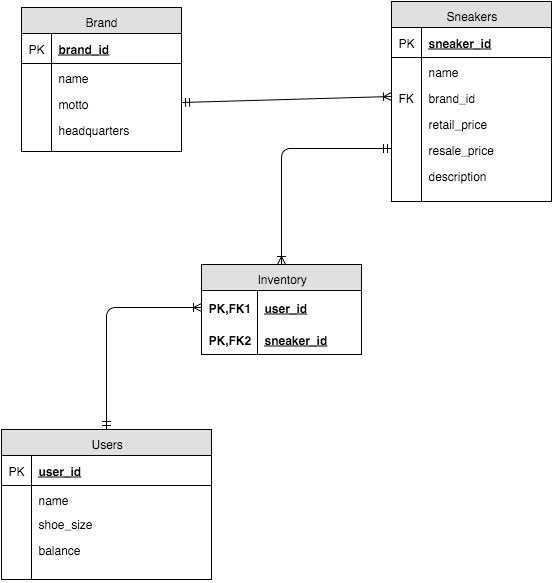
Earlier version of the draw.io export images/erd.png (penguyen1/happyFeet). Source tidied: cells renumbered, new cells last; positions are measured from the earlier drawing's top-left corner, leaving out a move shared by most shapes. The source it was exported from:
```xml
<mxGraphModel background="#ffffff">
  <root>
    <mxCell id="0" />
    <mxCell id="1" parent="0" />
    <mxCell id="2" value="Users" style="swimlane;html=1;fontStyle=0;horizontal=1;startSize=26;fillColor=#e0e0e0;swimlaneFillColor=#ffffff;" parent="1" vertex="1">
      <mxGeometry y="428" width="210" height="150" as="geometry" />
    </mxCell>
    <mxCell id="3" value="user_id" style="shape=partialRectangle;top=0;left=0;right=0;bottom=1;html=1;align=left;verticalAlign=middle;fillColor=none;spacingLeft=34;spacingRight=4;whiteSpace=wrap;overflow=hidden;fontStyle=5;" parent="2" vertex="1">
      <mxGeometry y="26" width="210" height="30" as="geometry" />
    </mxCell>
    <mxCell id="4" value="PK" style="shape=partialRectangle;top=0;left=0;bottom=0;html=1;fillColor=none;align=left;verticalAlign=middle;spacingLeft=4;spacingRight=4;whiteSpace=wrap;overflow=hidden;" parent="3" vertex="1">
      <mxGeometry width="30" height="30" as="geometry" />
    </mxCell>
    <mxCell id="5" value="name" style="shape=partialRectangle;top=0;left=0;right=0;bottom=0;html=1;align=left;verticalAlign=top;fillColor=none;spacingLeft=34;spacingRight=4;whiteSpace=wrap;overflow=hidden;" parent="2" vertex="1">
      <mxGeometry y="56" width="210" height="24" as="geometry" />
    </mxCell>
    <mxCell id="6" style="shape=partialRectangle;top=0;left=0;bottom=0;html=1;fillColor=none;align=left;verticalAlign=top;spacingLeft=4;spacingRight=4;whiteSpace=wrap;overflow=hidden;" parent="5" vertex="1">
      <mxGeometry width="30" height="24" as="geometry" />
    </mxCell>
    <mxCell id="7" value="shoe_size" style="shape=partialRectangle;top=0;left=0;right=0;bottom=0;html=1;align=left;verticalAlign=top;fillColor=none;spacingLeft=34;spacingRight=4;whiteSpace=wrap;overflow=hidden;" parent="2" vertex="1">
      <mxGeometry y="80" width="210" height="26" as="geometry" />
    </mxCell>
    <mxCell id="8" style="shape=partialRectangle;top=0;left=0;bottom=0;html=1;fillColor=none;align=left;verticalAlign=top;spacingLeft=4;spacingRight=4;whiteSpace=wrap;overflow=hidden;" parent="7" vertex="1">
      <mxGeometry width="30" height="26" as="geometry" />
    </mxCell>
    <mxCell id="9" value="balance" style="shape=partialRectangle;top=0;left=0;right=0;bottom=0;html=1;align=left;verticalAlign=top;fillColor=none;spacingLeft=34;spacingRight=4;whiteSpace=wrap;overflow=hidden;" parent="2" vertex="1">
      <mxGeometry y="106" width="210" height="44" as="geometry" />
    </mxCell>
    <mxCell id="10" style="shape=partialRectangle;top=0;left=0;bottom=0;html=1;fillColor=none;align=left;verticalAlign=top;spacingLeft=4;spacingRight=4;whiteSpace=wrap;overflow=hidden;" parent="9" vertex="1">
      <mxGeometry width="30" height="44" as="geometry" />
    </mxCell>
    <mxCell id="11" value="Brand" style="swimlane;html=1;fontStyle=0;horizontal=1;startSize=26;fillColor=#e0e0e0;swimlaneFillColor=#ffffff;" parent="1" vertex="1">
      <mxGeometry x="20" y="6" width="160" height="144" as="geometry" />
    </mxCell>
    <mxCell id="12" value="brand_id" style="shape=partialRectangle;top=0;left=0;right=0;bottom=1;html=1;align=left;verticalAlign=middle;fillColor=none;spacingLeft=34;spacingRight=4;whiteSpace=wrap;overflow=hidden;fontStyle=5;" parent="11" vertex="1">
      <mxGeometry y="26" width="160" height="30" as="geometry" />
    </mxCell>
    <mxCell id="13" value="PK" style="shape=partialRectangle;top=0;left=0;bottom=0;html=1;fillColor=none;align=left;verticalAlign=middle;spacingLeft=4;spacingRight=4;whiteSpace=wrap;overflow=hidden;" parent="12" vertex="1">
      <mxGeometry width="30" height="30" as="geometry" />
    </mxCell>
    <mxCell id="14" value="name" style="shape=partialRectangle;top=0;left=0;right=0;bottom=0;html=1;align=left;verticalAlign=top;fillColor=none;spacingLeft=34;spacingRight=4;whiteSpace=wrap;overflow=hidden;" parent="11" vertex="1">
      <mxGeometry y="56" width="160" height="26" as="geometry" />
    </mxCell>
    <mxCell id="15" style="shape=partialRectangle;top=0;left=0;bottom=0;html=1;fillColor=none;align=left;verticalAlign=top;spacingLeft=4;spacingRight=4;whiteSpace=wrap;overflow=hidden;" parent="14" vertex="1">
      <mxGeometry width="30" height="26" as="geometry" />
    </mxCell>
    <mxCell id="16" value="motto" style="shape=partialRectangle;top=0;left=0;right=0;bottom=0;html=1;align=left;verticalAlign=top;fillColor=none;spacingLeft=34;spacingRight=4;whiteSpace=wrap;overflow=hidden;points=[[0,0.5],[1,0.5]];portConstraint=eastwest;" parent="11" vertex="1">
      <mxGeometry y="82" width="160" height="26" as="geometry" />
    </mxCell>
    <mxCell id="17" style="shape=partialRectangle;top=0;left=0;bottom=0;html=1;fillColor=none;align=left;verticalAlign=top;spacingLeft=4;spacingRight=4;whiteSpace=wrap;overflow=hidden;" parent="16" vertex="1">
      <mxGeometry width="30" height="26" as="geometry" />
    </mxCell>
    <mxCell id="18" value="headquarters" style="shape=partialRectangle;top=0;left=0;right=0;bottom=0;html=1;align=left;verticalAlign=top;fillColor=none;spacingLeft=34;spacingRight=4;whiteSpace=wrap;overflow=hidden;" parent="11" vertex="1">
      <mxGeometry y="108" width="160" height="26" as="geometry" />
    </mxCell>
    <mxCell id="19" style="shape=partialRectangle;top=0;left=0;bottom=0;html=1;fillColor=none;align=left;verticalAlign=top;spacingLeft=4;spacingRight=4;whiteSpace=wrap;overflow=hidden;" parent="18" vertex="1">
      <mxGeometry width="30" height="26" as="geometry" />
    </mxCell>
    <mxCell id="20" style="shape=partialRectangle;top=0;left=0;right=0;bottom=0;html=1;align=left;verticalAlign=top;fillColor=none;spacingLeft=34;spacingRight=4;whiteSpace=wrap;overflow=hidden;" parent="11" vertex="1">
      <mxGeometry y="134" width="160" height="10" as="geometry" />
    </mxCell>
    <mxCell id="21" style="shape=partialRectangle;top=0;left=0;bottom=0;html=1;fillColor=none;align=left;verticalAlign=top;spacingLeft=4;spacingRight=4;whiteSpace=wrap;overflow=hidden;" parent="20" vertex="1">
      <mxGeometry width="30" height="10" as="geometry" />
    </mxCell>
    <mxCell id="22" value="Sneakers" style="swimlane;html=1;fontStyle=0;horizontal=1;startSize=26;fillColor=#e0e0e0;swimlaneFillColor=#ffffff;" parent="1" vertex="1">
      <mxGeometry x="390" width="160" height="200" as="geometry" />
    </mxCell>
    <mxCell id="23" value="sneaker_id" style="shape=partialRectangle;top=0;left=0;right=0;bottom=1;html=1;align=left;verticalAlign=middle;fillColor=none;spacingLeft=34;spacingRight=4;whiteSpace=wrap;overflow=hidden;fontStyle=5;" parent="22" vertex="1">
      <mxGeometry y="26" width="160" height="30" as="geometry" />
    </mxCell>
    <mxCell id="24" value="PK" style="shape=partialRectangle;top=0;left=0;bottom=0;html=1;fillColor=none;align=left;verticalAlign=middle;spacingLeft=4;spacingRight=4;whiteSpace=wrap;overflow=hidden;" parent="23" vertex="1">
      <mxGeometry width="30" height="30" as="geometry" />
    </mxCell>
    <mxCell id="25" value="name" style="shape=partialRectangle;top=0;left=0;right=0;bottom=0;html=1;align=left;verticalAlign=top;fillColor=none;spacingLeft=34;spacingRight=4;whiteSpace=wrap;overflow=hidden;" parent="22" vertex="1">
      <mxGeometry y="56" width="160" height="26" as="geometry" />
    </mxCell>
    <mxCell id="26" style="shape=partialRectangle;top=0;left=0;bottom=0;html=1;fillColor=none;align=left;verticalAlign=top;spacingLeft=4;spacingRight=4;whiteSpace=wrap;overflow=hidden;" parent="25" vertex="1">
      <mxGeometry width="30" height="26" as="geometry" />
    </mxCell>
    <mxCell id="27" value="brand_id" style="shape=partialRectangle;top=0;left=0;right=0;bottom=0;html=1;align=left;verticalAlign=top;fillColor=none;spacingLeft=34;spacingRight=4;whiteSpace=wrap;overflow=hidden;points=[[0,0.5],[1,0.5]];portConstraint=eastwest;" parent="22" vertex="1">
      <mxGeometry y="82" width="160" height="26" as="geometry" />
    </mxCell>
    <mxCell id="28" value="FK" style="shape=partialRectangle;top=0;left=0;bottom=0;html=1;fillColor=none;align=left;verticalAlign=top;spacingLeft=4;spacingRight=4;whiteSpace=wrap;overflow=hidden;" parent="27" vertex="1">
      <mxGeometry width="30" height="26" as="geometry" />
    </mxCell>
    <mxCell id="29" value="retail_price" style="shape=partialRectangle;top=0;left=0;right=0;bottom=0;html=1;align=left;verticalAlign=top;fillColor=none;spacingLeft=34;spacingRight=4;whiteSpace=wrap;overflow=hidden;" parent="22" vertex="1">
      <mxGeometry y="108" width="160" height="26" as="geometry" />
    </mxCell>
    <mxCell id="30" style="shape=partialRectangle;top=0;left=0;bottom=0;html=1;fillColor=none;align=left;verticalAlign=top;spacingLeft=4;spacingRight=4;whiteSpace=wrap;overflow=hidden;" parent="29" vertex="1">
      <mxGeometry width="30" height="26" as="geometry" />
    </mxCell>
    <mxCell id="31" value="resale_price" style="shape=partialRectangle;top=0;left=0;right=0;bottom=0;html=1;align=left;verticalAlign=top;fillColor=none;spacingLeft=34;spacingRight=4;whiteSpace=wrap;overflow=hidden;points=[[0,0.5],[1,0.5]];portConstraint=eastwest;" parent="22" vertex="1">
      <mxGeometry y="134" width="160" height="26" as="geometry" />
    </mxCell>
    <mxCell id="32" style="shape=partialRectangle;top=0;left=0;bottom=0;html=1;fillColor=none;align=left;verticalAlign=top;spacingLeft=4;spacingRight=4;whiteSpace=wrap;overflow=hidden;" parent="31" vertex="1">
      <mxGeometry width="30" height="26" as="geometry" />
    </mxCell>
    <mxCell id="33" value="description" style="shape=partialRectangle;top=0;left=0;right=0;bottom=0;html=1;align=left;verticalAlign=top;fillColor=none;spacingLeft=34;spacingRight=4;whiteSpace=wrap;overflow=hidden;" parent="22" vertex="1">
      <mxGeometry y="160" width="160" height="40" as="geometry" />
    </mxCell>
    <mxCell id="34" style="shape=partialRectangle;top=0;left=0;bottom=0;html=1;fillColor=none;align=left;verticalAlign=top;spacingLeft=4;spacingRight=4;whiteSpace=wrap;overflow=hidden;" parent="33" vertex="1">
      <mxGeometry width="30" height="40" as="geometry" />
    </mxCell>
    <mxCell id="35" style="html=1;endArrow=ERoneToMany;startArrow=ERmandOne;exitX=1;exitY=0.5;entryX=0;entryY=0.5;" parent="1" edge="1" source="16" target="27">
      <mxGeometry relative="1" as="geometry" />
    </mxCell>
    <mxCell id="36" value="Inventory" style="swimlane;html=1;fontStyle=0;horizontal=1;startSize=26;fillColor=#e0e0e0;swimlaneFillColor=#ffffff;" parent="1" vertex="1">
      <mxGeometry x="200" y="263" width="160" height="90" as="geometry" />
    </mxCell>
    <mxCell id="37" value="user_id" style="shape=partialRectangle;top=0;left=0;right=0;bottom=0;html=1;align=left;verticalAlign=middle;fillColor=none;spacingLeft=60;spacingRight=4;whiteSpace=wrap;overflow=hidden;points=[[0,0.5],[1,0.5]];portConstraint=eastwest;fontStyle=5;" parent="36" vertex="1">
      <mxGeometry y="26" width="160" height="34" as="geometry" />
    </mxCell>
    <mxCell id="38" value="PK,FK1" style="shape=partialRectangle;fontStyle=1;top=0;left=0;bottom=0;html=1;fillColor=none;align=left;verticalAlign=middle;spacingLeft=4;spacingRight=4;whiteSpace=wrap;overflow=hidden;" parent="37" vertex="1">
      <mxGeometry width="56" height="34" as="geometry" />
    </mxCell>
    <mxCell id="39" value="sneaker_id" style="shape=partialRectangle;top=0;left=0;right=0;bottom=1;html=1;align=left;verticalAlign=middle;fillColor=none;spacingLeft=60;spacingRight=4;whiteSpace=wrap;overflow=hidden;fontStyle=5;" parent="36" vertex="1">
      <mxGeometry y="60" width="160" height="30" as="geometry" />
    </mxCell>
    <mxCell id="40" value="PK,FK2" style="shape=partialRectangle;fontStyle=1;top=0;left=0;bottom=0;html=1;fillColor=none;align=left;verticalAlign=middle;spacingLeft=4;spacingRight=4;whiteSpace=wrap;overflow=hidden;" parent="39" vertex="1">
      <mxGeometry width="56" height="30" as="geometry" />
    </mxCell>
    <mxCell id="41" style="edgeStyle=orthogonalEdgeStyle;html=1;endArrow=ERoneToMany;startArrow=ERmandOne;entryX=0.5;entryY=0;exitX=0;exitY=0.5;" parent="1" edge="1" source="31" target="36">
      <mxGeometry relative="1" as="geometry" />
    </mxCell>
    <mxCell id="42" style="html=1;endArrow=ERoneToMany;startArrow=ERmandOne;exitX=0.5;exitY=0;edgeStyle=orthogonalEdgeStyle;entryX=0;entryY=0.5;" parent="1" edge="1" source="2" target="37">
      <mxGeometry relative="1" as="geometry" />
    </mxCell>
  </root>
</mxGraphModel>
```
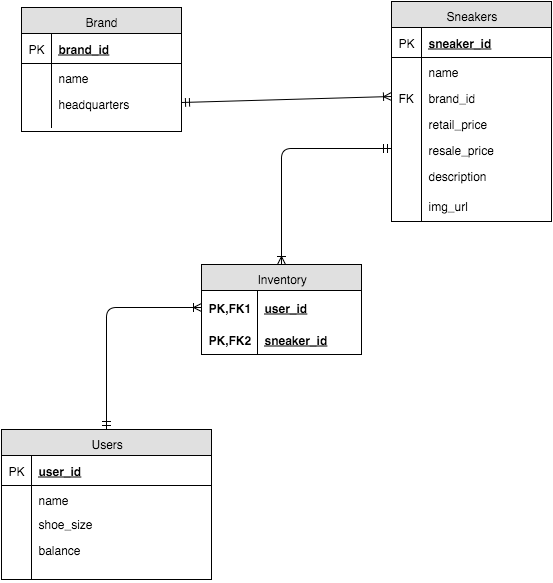
The same file after the commit.

Diff of the diagram source:
```diff
@@ -30,7 +30,7 @@
       <mxGeometry width="30" height="44" as="geometry" />
     </mxCell>
     <mxCell id="11" value="Brand" style="swimlane;html=1;fontStyle=0;horizontal=1;startSize=26;fillColor=#e0e0e0;swimlaneFillColor=#ffffff;" parent="1" vertex="1">
-      <mxGeometry x="20" y="6" width="160" height="144" as="geometry" />
+      <mxGeometry x="20" y="6" width="160" height="124" as="geometry" />
     </mxCell>
     <mxCell id="12" value="brand_id" style="shape=partialRectangle;top=0;left=0;right=0;bottom=1;html=1;align=left;verticalAlign=middle;fillColor=none;spacingLeft=34;spacingRight=4;whiteSpace=wrap;overflow=hidden;fontStyle=5;" parent="11" vertex="1">
       <mxGeometry y="26" width="160" height="30" as="geometry" />
@@ -44,26 +44,14 @@
     <mxCell id="15" style="shape=partialRectangle;top=0;left=0;bottom=0;html=1;fillColor=none;align=left;verticalAlign=top;spacingLeft=4;spacingRight=4;whiteSpace=wrap;overflow=hidden;" parent="14" vertex="1">
       <mxGeometry width="30" height="26" as="geometry" />
     </mxCell>
-    <mxCell id="16" value="motto" style="shape=partialRectangle;top=0;left=0;right=0;bottom=0;html=1;align=left;verticalAlign=top;fillColor=none;spacingLeft=34;spacingRight=4;whiteSpace=wrap;overflow=hidden;points=[[0,0.5],[1,0.5]];portConstraint=eastwest;" parent="11" vertex="1">
-      <mxGeometry y="82" width="160" height="26" as="geometry" />
-    </mxCell>
-    <mxCell id="17" style="shape=partialRectangle;top=0;left=0;bottom=0;html=1;fillColor=none;align=left;verticalAlign=top;spacingLeft=4;spacingRight=4;whiteSpace=wrap;overflow=hidden;" parent="16" vertex="1">
-      <mxGeometry width="30" height="26" as="geometry" />
-    </mxCell>
     <mxCell id="18" value="headquarters" style="shape=partialRectangle;top=0;left=0;right=0;bottom=0;html=1;align=left;verticalAlign=top;fillColor=none;spacingLeft=34;spacingRight=4;whiteSpace=wrap;overflow=hidden;" parent="11" vertex="1">
-      <mxGeometry y="108" width="160" height="26" as="geometry" />
+      <mxGeometry y="82" width="160" height="38" as="geometry" />
     </mxCell>
     <mxCell id="19" style="shape=partialRectangle;top=0;left=0;bottom=0;html=1;fillColor=none;align=left;verticalAlign=top;spacingLeft=4;spacingRight=4;whiteSpace=wrap;overflow=hidden;" parent="18" vertex="1">
-      <mxGeometry width="30" height="26" as="geometry" />
+      <mxGeometry width="30" height="38" as="geometry" />
     </mxCell>
-    <mxCell id="20" style="shape=partialRectangle;top=0;left=0;right=0;bottom=0;html=1;align=left;verticalAlign=top;fillColor=none;spacingLeft=34;spacingRight=4;whiteSpace=wrap;overflow=hidden;" parent="11" vertex="1">
-      <mxGeometry y="134" width="160" height="10" as="geometry" />
-    </mxCell>
-    <mxCell id="21" style="shape=partialRectangle;top=0;left=0;bottom=0;html=1;fillColor=none;align=left;verticalAlign=top;spacingLeft=4;spacingRight=4;whiteSpace=wrap;overflow=hidden;" parent="20" vertex="1">
-      <mxGeometry width="30" height="10" as="geometry" />
-    </mxCell>
     <mxCell id="22" value="Sneakers" style="swimlane;html=1;fontStyle=0;horizontal=1;startSize=26;fillColor=#e0e0e0;swimlaneFillColor=#ffffff;" parent="1" vertex="1">
-      <mxGeometry x="390" width="160" height="200" as="geometry" />
+      <mxGeometry x="390" width="160" height="220" as="geometry" />
     </mxCell>
     <mxCell id="23" value="sneaker_id" style="shape=partialRectangle;top=0;left=0;right=0;bottom=1;html=1;align=left;verticalAlign=middle;fillColor=none;spacingLeft=34;spacingRight=4;whiteSpace=wrap;overflow=hidden;fontStyle=5;" parent="22" vertex="1">
       <mxGeometry y="26" width="160" height="30" as="geometry" />
@@ -96,13 +84,21 @@
       <mxGeometry width="30" height="26" as="geometry" />
     </mxCell>
     <mxCell id="33" value="description" style="shape=partialRectangle;top=0;left=0;right=0;bottom=0;html=1;align=left;verticalAlign=top;fillColor=none;spacingLeft=34;spacingRight=4;whiteSpace=wrap;overflow=hidden;" parent="22" vertex="1">
-      <mxGeometry y="160" width="160" height="40" as="geometry" />
+      <mxGeometry y="160" width="160" height="30" as="geometry" />
     </mxCell>
     <mxCell id="34" style="shape=partialRectangle;top=0;left=0;bottom=0;html=1;fillColor=none;align=left;verticalAlign=top;spacingLeft=4;spacingRight=4;whiteSpace=wrap;overflow=hidden;" parent="33" vertex="1">
-      <mxGeometry width="30" height="40" as="geometry" />
+      <mxGeometry width="30" height="30" as="geometry" />
     </mxCell>
+    <mxCell id="43" value="img_url" style="shape=partialRectangle;top=0;left=0;right=0;bottom=0;html=1;align=left;verticalAlign=top;fillColor=none;spacingLeft=34;spacingRight=4;whiteSpace=wrap;overflow=hidden;" parent="22" vertex="1">
+      <mxGeometry y="190" width="160" height="30" as="geometry" />
+    </mxCell>
+    <mxCell id="44" style="shape=partialRectangle;top=0;left=0;bottom=0;html=1;fillColor=none;align=left;verticalAlign=top;spacingLeft=4;spacingRight=4;whiteSpace=wrap;overflow=hidden;" parent="43" vertex="1">
+      <mxGeometry width="30" height="30" as="geometry" />
+    </mxCell>
-    <mxCell id="35" style="html=1;endArrow=ERoneToMany;startArrow=ERmandOne;exitX=1;exitY=0.5;entryX=0;entryY=0.5;" parent="1" edge="1" source="16" target="27">
-      <mxGeometry relative="1" as="geometry" />
+    <mxCell id="35" style="html=1;endArrow=ERoneToMany;startArrow=ERmandOne;exitX=1;exitY=0.5;entryX=0;entryY=0.5;" parent="1" edge="1" target="27">
+      <mxGeometry relative="1" as="geometry">
+        <mxPoint x="180" y="101" as="sourcePoint" />
+      </mxGeometry>
     </mxCell>
     <mxCell id="36" value="Inventory" style="swimlane;html=1;fontStyle=0;horizontal=1;startSize=26;fillColor=#e0e0e0;swimlaneFillColor=#ffffff;" parent="1" vertex="1">
       <mxGeometry x="200" y="263" width="160" height="90" as="geometry" />
```
